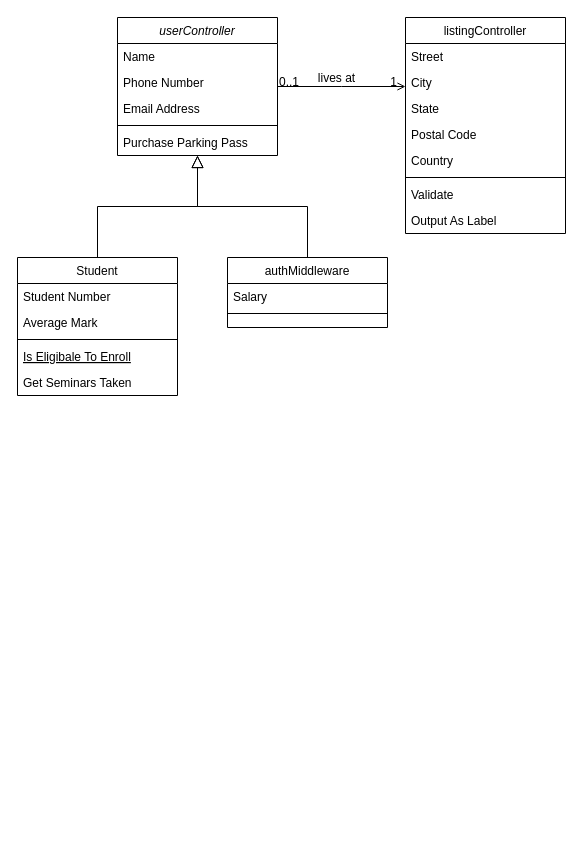
Above: PSI_class_diagram.drawio in vortex200/tutor-finder-files (draw.io), before the change. Source tidied: cells renumbered, new cells numbered last; positions are measured from the earlier drawing's top-left corner, leaving out a move shared by most shapes. Both pictures are drawn from the tidied source at 100%, with x=0, y=0 at pixel (17, 17).
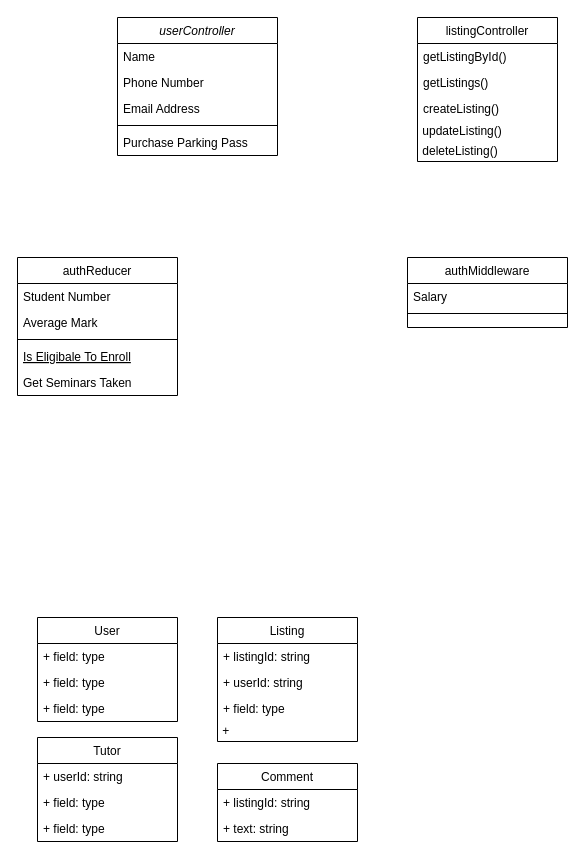
Above is the later version.

Unchanged cells that the change refers to:
```xml
<mxCell id="2" value="userController" style="swimlane;fontStyle=2;align=center;verticalAlign=top;horizontal=1;startSize=26;rounded=0;shadow=0;strokeWidth=1;" parent="1" vertex="1">
  <mxGeometry x="100" width="160" height="138" as="geometry" />
</mxCell>
```

The edit, as a diff of the source:
```diff
@@
-    <mxCell id="8" value="Student" style="swimlane;fontStyle=0;align=center;verticalAlign=top;horizontal=1;startSize=26;rounded=0;shadow=0;strokeWidth=1;" parent="1" vertex="1">
+    <mxCell id="8" value="authReducer" style="swimlane;fontStyle=0;align=center;verticalAlign=top;horizontal=1;startSize=26;rounded=0;shadow=0;strokeWidth=1;" parent="1" vertex="1">
       <mxGeometry y="240" width="160" height="138" as="geometry" />
     </mxCell>
@@
-    <mxCell id="14" style="endArrow=block;endSize=10;endFill=0;shadow=0;strokeWidth=1;rounded=0;edgeStyle=elbowEdgeStyle;elbow=vertical;" parent="1" edge="1" source="8" target="2">
-      <mxGeometry relative="1" as="geometry" />
-    </mxCell>
     <mxCell id="15" value="authMiddleware" style="swimlane;fontStyle=0;align=center;verticalAlign=top;horizontal=1;startSize=26;rounded=0;shadow=0;strokeWidth=1;" parent="1" vertex="1">
-      <mxGeometry x="210" y="240" width="160" height="70" as="geometry" />
+      <mxGeometry x="390" y="240" width="160" height="70" as="geometry" />
     </mxCell>
@@
-    <mxCell id="18" style="endArrow=block;endSize=10;endFill=0;shadow=0;strokeWidth=1;rounded=0;edgeStyle=elbowEdgeStyle;elbow=vertical;" parent="1" edge="1" source="15" target="2">
-      <mxGeometry relative="1" as="geometry" />
-    </mxCell>
+    <mxCell id="32" value="User" style="swimlane;fontStyle=0;horizontal=1;startSize=26;fillColor=none;" parent="1" vertex="1">
+      <mxGeometry x="20" y="600" width="140" height="104" as="geometry" />
+    </mxCell>
+    <mxCell id="33" value="+ field: type" style="text;strokeColor=none;fillColor=none;align=left;verticalAlign=top;spacingLeft=4;spacingRight=4;overflow=hidden;" parent="32" vertex="1">
+      <mxGeometry y="26" width="140" height="26" as="geometry" />
+    </mxCell>
+    <mxCell id="34" value="+ field: type" style="text;strokeColor=none;fillColor=none;align=left;verticalAlign=top;spacingLeft=4;spacingRight=4;overflow=hidden;" parent="32" vertex="1">
+      <mxGeometry y="52" width="140" height="26" as="geometry" />
+    </mxCell>
+    <mxCell id="35" value="+ field: type" style="text;strokeColor=none;fillColor=none;align=left;verticalAlign=top;spacingLeft=4;spacingRight=4;overflow=hidden;" parent="32" vertex="1">
+      <mxGeometry y="78" width="140" height="26" as="geometry" />
+    </mxCell>
+    <mxCell id="36" value="Listing" style="swimlane;fontStyle=0;horizontal=1;startSize=26;fillColor=none;" parent="1" vertex="1">
+      <mxGeometry x="200" y="600" width="140" height="124" as="geometry" />
+    </mxCell>
+    <mxCell id="37" value="+ listingId: string" style="text;strokeColor=none;fillColor=none;align=left;verticalAlign=top;spacingLeft=4;spacingRight=4;overflow=hidden;" parent="36" vertex="1">
+      <mxGeometry y="26" width="140" height="26" as="geometry" />
+    </mxCell>
+    <mxCell id="38" value="+ userId: string" style="text;strokeColor=none;fillColor=none;align=left;verticalAlign=top;spacingLeft=4;spacingRight=4;overflow=hidden;" parent="36" vertex="1">
+      <mxGeometry y="52" width="140" height="26" as="geometry" />
+    </mxCell>
+    <mxCell id="39" value="+ field: type" style="text;strokeColor=none;fillColor=none;align=left;verticalAlign=top;spacingLeft=4;spacingRight=4;overflow=hidden;" parent="36" vertex="1">
+      <mxGeometry y="78" width="140" height="26" as="geometry" />
+    </mxCell>
+    <mxCell id="40" value="&amp;nbsp;+&amp;nbsp;" style="text;html=1;strokeColor=none;fillColor=none;align=left;verticalAlign=middle;whiteSpace=wrap;rounded=0;" parent="36" vertex="1">
+      <mxGeometry y="104" width="140" height="20" as="geometry" />
+    </mxCell>
+    <mxCell id="41" value="Tutor" style="swimlane;fontStyle=0;horizontal=1;startSize=26;fillColor=none;" parent="1" vertex="1">
+      <mxGeometry x="20" y="720" width="140" height="104" as="geometry" />
+    </mxCell>
+    <mxCell id="42" value="+ userId: string" style="text;strokeColor=none;fillColor=none;align=left;verticalAlign=top;spacingLeft=4;spacingRight=4;overflow=hidden;" parent="41" vertex="1">
+      <mxGeometry y="26" width="140" height="26" as="geometry" />
+    </mxCell>
+    <mxCell id="43" value="+ field: type" style="text;strokeColor=none;fillColor=none;align=left;verticalAlign=top;spacingLeft=4;spacingRight=4;overflow=hidden;" parent="41" vertex="1">
+      <mxGeometry y="52" width="140" height="26" as="geometry" />
+    </mxCell>
+    <mxCell id="44" value="+ field: type" style="text;strokeColor=none;fillColor=none;align=left;verticalAlign=top;spacingLeft=4;spacingRight=4;overflow=hidden;" parent="41" vertex="1">
+      <mxGeometry y="78" width="140" height="26" as="geometry" />
+    </mxCell>
+    <mxCell id="45" value="Comment" style="swimlane;fontStyle=0;horizontal=1;startSize=26;fillColor=none;" parent="1" vertex="1">
+      <mxGeometry x="200" y="746" width="140" height="78" as="geometry" />
+    </mxCell>
+    <mxCell id="46" value="+ listingId: string" style="text;strokeColor=none;fillColor=none;align=left;verticalAlign=top;spacingLeft=4;spacingRight=4;overflow=hidden;" parent="45" vertex="1">
+      <mxGeometry y="26" width="140" height="26" as="geometry" />
+    </mxCell>
+    <mxCell id="47" value="+ text: string" style="text;strokeColor=none;fillColor=none;align=left;verticalAlign=top;spacingLeft=4;spacingRight=4;overflow=hidden;" parent="45" vertex="1">
+      <mxGeometry y="52" width="140" height="26" as="geometry" />
+    </mxCell>
-    <mxCell id="19" value="listingController" style="swimlane;fontStyle=0;align=center;verticalAlign=top;horizontal=1;startSize=26;rounded=0;shadow=0;strokeWidth=1;" parent="1" vertex="1">
-      <mxGeometry x="388" width="160" height="216" as="geometry" />
+    <mxCell id="19" value="listingController" style="swimlane;fontStyle=0;horizontal=1;startSize=26;fillColor=none;" parent="1" vertex="1">
+      <mxGeometry x="400" width="140" height="144" as="geometry" />
     </mxCell>
-    <mxCell id="20" value="Street" style="text;align=left;verticalAlign=top;spacingLeft=4;spacingRight=4;overflow=hidden;" parent="19" vertex="1">
-      <mxGeometry y="26" width="160" height="26" as="geometry" />
-    </mxCell>
-    <mxCell id="21" value="City" style="text;align=left;verticalAlign=top;spacingLeft=4;spacingRight=4;overflow=hidden;rounded=0;shadow=0;html=0;" parent="19" vertex="1">
-      <mxGeometry y="52" width="160" height="26" as="geometry" />
-    </mxCell>
-    <mxCell id="22" value="State" style="text;align=left;verticalAlign=top;spacingLeft=4;spacingRight=4;overflow=hidden;rounded=0;shadow=0;html=0;" parent="19" vertex="1">
-      <mxGeometry y="78" width="160" height="26" as="geometry" />
-    </mxCell>
-    <mxCell id="23" value="Postal Code" style="text;align=left;verticalAlign=top;spacingLeft=4;spacingRight=4;overflow=hidden;rounded=0;shadow=0;html=0;" parent="19" vertex="1">
-      <mxGeometry y="104" width="160" height="26" as="geometry" />
-    </mxCell>
-    <mxCell id="24" value="Country" style="text;align=left;verticalAlign=top;spacingLeft=4;spacingRight=4;overflow=hidden;rounded=0;shadow=0;html=0;" parent="19" vertex="1">
-      <mxGeometry y="130" width="160" height="26" as="geometry" />
-    </mxCell>
-    <mxCell id="25" style="line;html=1;strokeWidth=1;align=left;verticalAlign=middle;spacingTop=-1;spacingLeft=3;spacingRight=3;labelPosition=right;" parent="19" vertex="1">
-      <mxGeometry y="156" width="160" height="8" as="geometry" />
-    </mxCell>
-    <mxCell id="26" value="Validate" style="text;align=left;verticalAlign=top;spacingLeft=4;spacingRight=4;overflow=hidden;" parent="19" vertex="1">
-      <mxGeometry y="164" width="160" height="26" as="geometry" />
-    </mxCell>
-    <mxCell id="27" value="Output As Label" style="text;align=left;verticalAlign=top;spacingLeft=4;spacingRight=4;overflow=hidden;" parent="19" vertex="1">
-      <mxGeometry y="190" width="160" height="26" as="geometry" />
-    </mxCell>
-    <mxCell id="28" style="endArrow=open;shadow=0;strokeWidth=1;rounded=0;endFill=1;edgeStyle=elbowEdgeStyle;elbow=vertical;" parent="1" edge="1" source="2" target="19">
-      <mxGeometry x="0.5" y="41" relative="1" as="geometry">
-        <mxPoint x="-40" y="32" as="offset" />
-      </mxGeometry>
-    </mxCell>
-    <mxCell id="29" value="0..1" style="align=left;verticalAlign=bottom;labelBackgroundColor=none;fontSize=12;" parent="28" vertex="1">
-      <mxGeometry x="-1" relative="1" as="geometry">
-        <mxPoint y="4" as="offset" />
-      </mxGeometry>
-    </mxCell>
-    <mxCell id="30" value="1" style="align=right;verticalAlign=bottom;labelBackgroundColor=none;fontSize=12;" parent="28" vertex="1">
-      <mxGeometry x="1" relative="1" as="geometry">
-        <mxPoint x="-7" y="4" as="offset" />
-      </mxGeometry>
-    </mxCell>
-    <mxCell id="31" value="lives at" style="text;html=1;align=center;verticalAlign=middle;labelBackgroundColor=none;rounded=0;shadow=0;strokeWidth=1;fontSize=12;" parent="28" vertex="1">
-      <mxGeometry x="0.5" y="49" relative="1" as="geometry">
-        <mxPoint x="-38" y="40" as="offset" />
-      </mxGeometry>
-    </mxCell>
+    <mxCell id="48" value="getListingById()" style="text;strokeColor=none;fillColor=none;align=left;verticalAlign=top;spacingLeft=4;spacingRight=4;overflow=hidden;" parent="19" vertex="1">
+      <mxGeometry y="26" width="140" height="26" as="geometry" />
+    </mxCell>
+    <mxCell id="49" value="getListings()" style="text;strokeColor=none;fillColor=none;align=left;verticalAlign=top;spacingLeft=4;spacingRight=4;overflow=hidden;" parent="19" vertex="1">
+      <mxGeometry y="52" width="140" height="26" as="geometry" />
+    </mxCell>
+    <mxCell id="50" value="createListing()" style="text;strokeColor=none;fillColor=none;align=left;verticalAlign=top;spacingLeft=4;spacingRight=4;overflow=hidden;" parent="19" vertex="1">
+      <mxGeometry y="78" width="140" height="26" as="geometry" />
+    </mxCell>
+    <mxCell id="51" value="&amp;nbsp;updateListing()" style="text;html=1;strokeColor=none;fillColor=none;align=left;verticalAlign=middle;whiteSpace=wrap;rounded=0;" parent="19" vertex="1">
+      <mxGeometry y="104" width="140" height="20" as="geometry" />
+    </mxCell>
+    <mxCell id="52" value="&amp;nbsp;deleteListing()" style="text;html=1;strokeColor=none;fillColor=none;align=left;verticalAlign=middle;whiteSpace=wrap;rounded=0;" parent="19" vertex="1">
+      <mxGeometry y="124" width="140" height="20" as="geometry" />
+    </mxCell>
```
